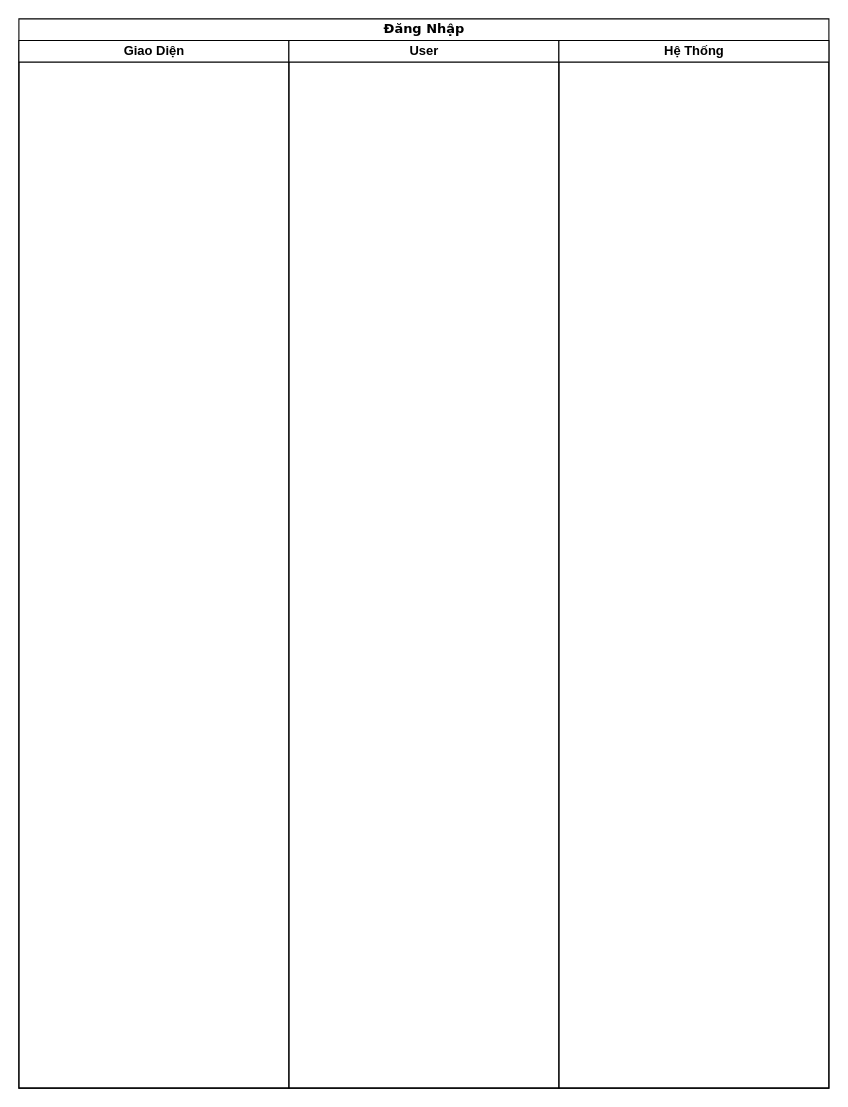
Above: UML/activity/Đăng Nhập.drawio in AnPH13/ANDROID (draw.io), before the change. Source tidied: cells renumbered, new cells numbered last; positions are measured from the earlier drawing's top-left corner, leaving out a move shared by most shapes. Both pictures are drawn from the tidied source at 108%, with x=0, y=0 at pixel (18, 18).
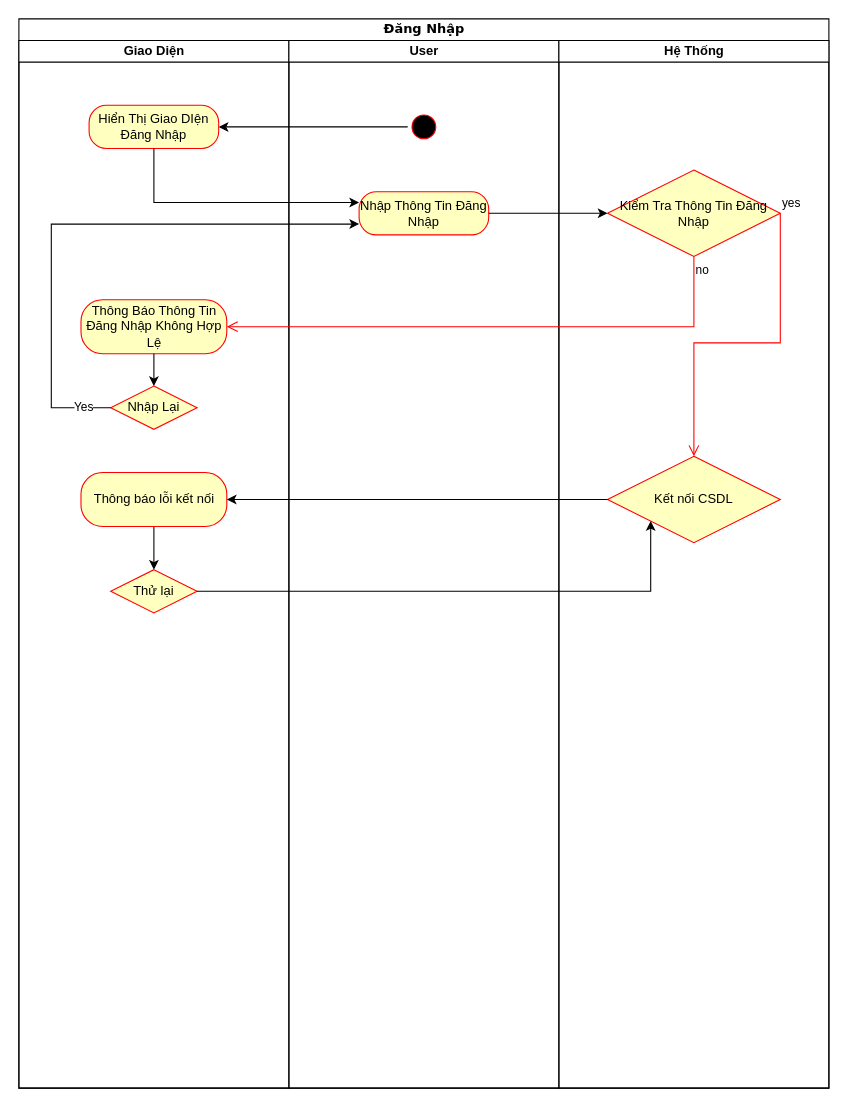
Above is the later version.

The change refers to these unchanged cells:
```xml
<mxCell id="2" value="Đăng Nhập" style="swimlane;html=1;startSize=20;rounded=0;shadow=0;comic=0;labelBackgroundColor=none;strokeWidth=1;fontFamily=Verdana;fontSize=12;align=center;" parent="1" vertex="1">
  <mxGeometry width="750" height="990" as="geometry" />
</mxCell>
<mxCell id="3" value="Giao Diện" style="swimlane;html=1;startSize=20;" parent="2" vertex="1">
  <mxGeometry y="20" width="250" height="970" as="geometry" />
</mxCell>
<mxCell id="4" value="User" style="swimlane;html=1;startSize=20;" parent="2" vertex="1">
  <mxGeometry x="250" y="20" width="250" height="970" as="geometry" />
</mxCell>
<mxCell id="5" value="Hệ Thống" style="swimlane;html=1;startSize=20;" parent="2" vertex="1">
  <mxGeometry x="500" y="20" width="250" height="970" as="geometry" />
</mxCell>
```

Diff of the diagram source:
```diff
@@
+    <mxCell id="6" value="Hiển Thị Giao DIện Đăng Nhập" style="rounded=1;whiteSpace=wrap;html=1;arcSize=40;fontColor=#000000;fillColor=#ffffc0;strokeColor=#ff0000;" parent="3" vertex="1">
+      <mxGeometry x="65" y="60" width="120" height="40" as="geometry" />
+    </mxCell>
+    <mxCell id="7" value="Thông Báo Thông Tin Đăng Nhập Không Hợp Lệ" style="rounded=1;whiteSpace=wrap;html=1;arcSize=40;fontColor=#000000;fillColor=#ffffc0;strokeColor=#ff0000;" parent="3" vertex="1">
+      <mxGeometry x="57.5" y="240" width="135" height="50" as="geometry" />
+    </mxCell>
+    <mxCell id="8" value="Nhập Lại" style="rhombus;whiteSpace=wrap;html=1;fillColor=#ffffc0;strokeColor=#ff0000;" parent="3" vertex="1">
+      <mxGeometry x="85" y="320" width="80" height="40" as="geometry" />
+    </mxCell>
+    <mxCell id="9" style="edgeStyle=orthogonalEdgeStyle;rounded=0;jettySize=auto;html=1;entryX=0.5;entryY=0;entryDx=0;entryDy=0;" parent="3" edge="1" source="7" target="8">
+      <mxGeometry relative="1" as="geometry" />
+    </mxCell>
+    <mxCell id="10" style="edgeStyle=orthogonalEdgeStyle;rounded=0;jettySize=auto;html=1;entryX=0.5;entryY=0;entryDx=0;entryDy=0;" parent="3" edge="1" source="11" target="12">
+      <mxGeometry relative="1" as="geometry" />
+    </mxCell>
+    <mxCell id="11" value="Thông báo lỗi kết nối" style="rounded=1;whiteSpace=wrap;html=1;arcSize=40;fontColor=#000000;fillColor=#ffffc0;strokeColor=#ff0000;" parent="3" vertex="1">
+      <mxGeometry x="57.5" y="400" width="135" height="50" as="geometry" />
+    </mxCell>
+    <mxCell id="12" value="Thử lại" style="rhombus;whiteSpace=wrap;html=1;fillColor=#ffffc0;strokeColor=#ff0000;" parent="3" vertex="1">
+      <mxGeometry x="85" y="490" width="80" height="40" as="geometry" />
+    </mxCell>
@@
+    <mxCell id="13" style="ellipse;html=1;shape=startState;fillColor=#000000;strokeColor=#ff0000;" parent="4" vertex="1">
+      <mxGeometry x="110" y="65" width="30" height="30" as="geometry" />
+    </mxCell>
+    <mxCell id="14" value="Nhập Thông Tin Đăng Nhập" style="rounded=1;whiteSpace=wrap;html=1;arcSize=40;fontColor=#000000;fillColor=#ffffc0;strokeColor=#ff0000;" parent="4" vertex="1">
+      <mxGeometry x="65" y="140" width="120" height="40" as="geometry" />
+    </mxCell>
@@
+    <mxCell id="15" value="Kiểm Tra Thông Tin Đăng Nhập" style="rhombus;whiteSpace=wrap;html=1;fillColor=#ffffc0;strokeColor=#ff0000;" parent="5" vertex="1">
+      <mxGeometry x="45" y="120" width="160" height="80" as="geometry" />
+    </mxCell>
+    <mxCell id="16" value="yes" style="edgeStyle=orthogonalEdgeStyle;html=1;align=left;verticalAlign=bottom;endArrow=open;endSize=8;strokeColor=#ff0000;rounded=0;entryX=0.5;entryY=0;entryDx=0;entryDy=0;exitX=1;exitY=0.5;exitDx=0;exitDy=0;" parent="5" edge="1" source="15" target="17">
+      <mxGeometry x="-1" relative="1" as="geometry">
+        <Array as="points">
+          <mxPoint x="205" y="280" />
+          <mxPoint x="125" y="280" />
+        </Array>
+      </mxGeometry>
+    </mxCell>
+    <mxCell id="17" value="Kết nối CSDL" style="rhombus;whiteSpace=wrap;html=1;fillColor=#ffffc0;strokeColor=#ff0000;" parent="5" vertex="1">
+      <mxGeometry x="45" y="385" width="160" height="80" as="geometry" />
+    </mxCell>
+    <mxCell id="18" style="edgeStyle=orthogonalEdgeStyle;rounded=0;jettySize=auto;html=1;entryX=1;entryY=0.5;entryDx=0;entryDy=0;" parent="2" edge="1" source="13" target="6">
+      <mxGeometry relative="1" as="geometry" />
+    </mxCell>
+    <mxCell id="19" style="edgeStyle=orthogonalEdgeStyle;rounded=0;jettySize=auto;html=1;entryX=0;entryY=0.25;entryDx=0;entryDy=0;" parent="2" edge="1" source="6" target="14">
+      <mxGeometry relative="1" as="geometry">
+        <Array as="points">
+          <mxPoint x="125" y="170" />
+        </Array>
+      </mxGeometry>
+    </mxCell>
+    <mxCell id="20" style="edgeStyle=orthogonalEdgeStyle;rounded=0;jettySize=auto;html=1;entryX=0;entryY=0.5;entryDx=0;entryDy=0;" parent="2" edge="1" source="14" target="15">
+      <mxGeometry relative="1" as="geometry" />
+    </mxCell>
+    <mxCell id="21" value="no" style="edgeStyle=orthogonalEdgeStyle;html=1;align=left;verticalAlign=top;endArrow=open;endSize=8;strokeColor=#ff0000;rounded=0;entryX=1;entryY=0.5;entryDx=0;entryDy=0;" parent="2" edge="1" source="15" target="7">
+      <mxGeometry x="-1" relative="1" as="geometry">
+        <Array as="points">
+          <mxPoint x="625" y="285" />
+        </Array>
+      </mxGeometry>
+    </mxCell>
+    <mxCell id="22" value="Yes" style="edgeStyle=orthogonalEdgeStyle;rounded=0;jettySize=auto;html=1;entryX=0;entryY=0.75;entryDx=0;entryDy=0;" parent="2" edge="1" source="8" target="14">
+      <mxGeometry x="-0.9" relative="1" as="geometry">
+        <Array as="points">
+          <mxPoint x="30" y="360" />
+          <mxPoint x="30" y="190" />
+        </Array>
+      </mxGeometry>
+    </mxCell>
+    <mxCell id="23" style="edgeStyle=orthogonalEdgeStyle;rounded=0;jettySize=auto;html=1;entryX=1;entryY=0.5;entryDx=0;entryDy=0;" parent="2" edge="1" source="17" target="11">
+      <mxGeometry relative="1" as="geometry" />
+    </mxCell>
+    <mxCell id="24" style="edgeStyle=orthogonalEdgeStyle;rounded=0;jettySize=auto;html=1;entryX=0;entryY=1;entryDx=0;entryDy=0;" parent="2" edge="1" source="12" target="17">
+      <mxGeometry relative="1" as="geometry">
+        <Array as="points">
+          <mxPoint x="585" y="530" />
+        </Array>
+      </mxGeometry>
+    </mxCell>
```
